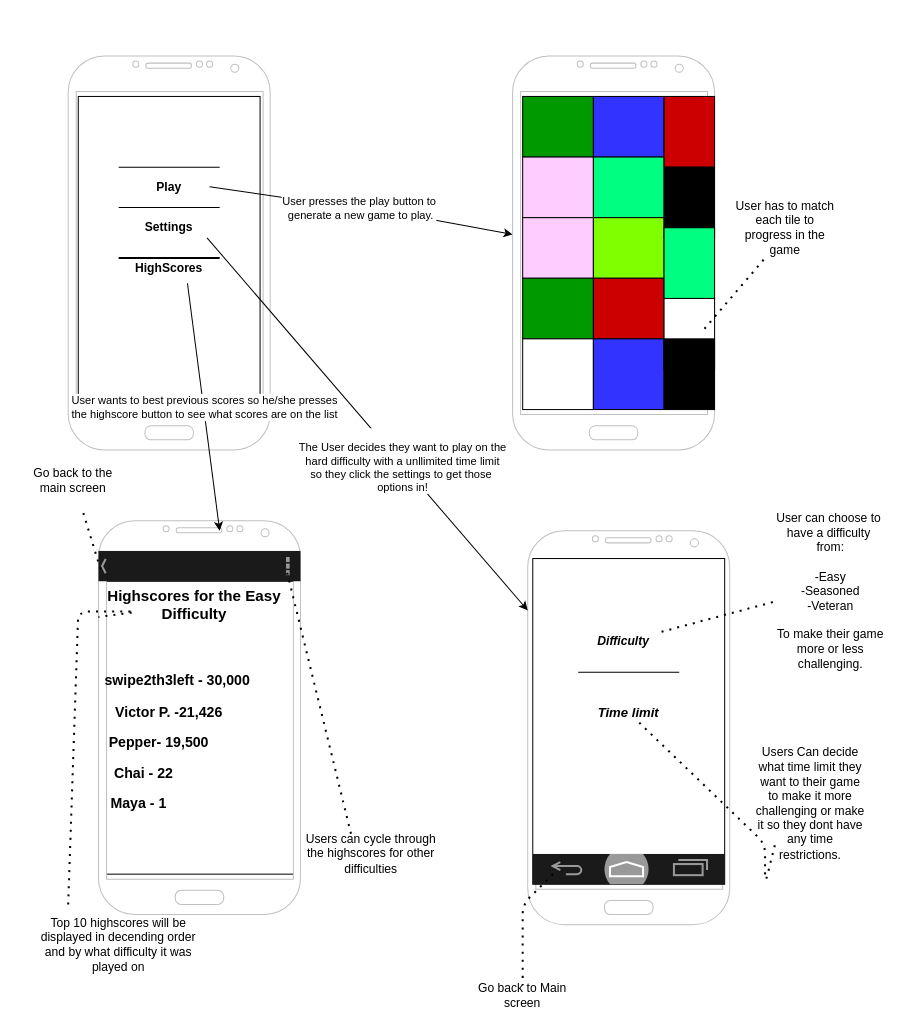
ddc-java-13/tile-galore keeps this draw.io diagram as docs/work/wireframe.drawio. Above is the earlier version. Source tidied: cells renumbered, new cells numbered last; positions are measured from the earlier drawing's top-left corner, leaving out a move shared by most shapes. Both pictures are drawn from the tidied source at 101%, with x=0, y=0 at pixel (17, 56).
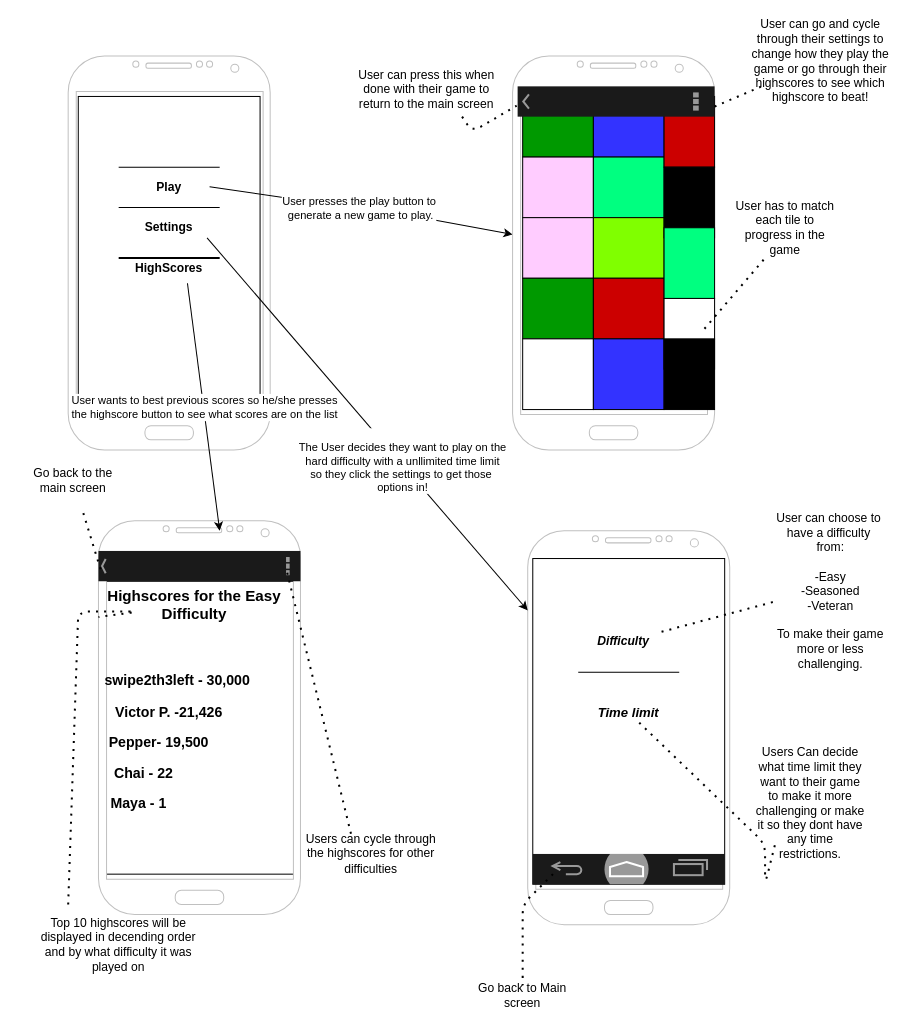
The same page after the edit.

Commit message (it also covers changes not shown here):
Made some improvements according to feedback!

Unchanged cells that the change refers to:
```xml
<mxCell id="14" style="verticalLabelPosition=bottom;verticalAlign=top;html=1;shadow=0;dashed=0;strokeWidth=1;shape=mxgraph.android.phone2;strokeColor=#c0c0c0;" parent="1" vertex="1">
  <mxGeometry x="490" width="200" height="390" as="geometry" />
</mxCell>
```

The edit, as a diff of the source:
```diff
@@
+    <mxCell id="65" style="strokeWidth=1;html=1;shadow=0;dashed=0;shape=mxgraph.android.action_bar;fillColor=#1A1A1A;strokeColor=#c0c0c0;strokeWidth=2;fontColor=#FFFFFF;" parent="1" vertex="1">
+      <mxGeometry x="495" y="30" width="195" height="30" as="geometry" />
+    </mxCell>
+    <mxCell id="66" style="endArrow=none;dashed=1;html=1;dashPattern=1 3;strokeWidth=2;entryX=0.02;entryY=0.126;entryDx=0;entryDy=0;entryPerimeter=0;" parent="1" edge="1" target="14">
+      <mxGeometry relative="1" as="geometry">
+        <mxPoint x="440" y="60" as="sourcePoint" />
+        <Array as="points">
+          <mxPoint x="450" y="75" />
+        </Array>
+      </mxGeometry>
+    </mxCell>
+    <mxCell id="67" value="User can press this when done with their game to return to the main screen" style="text;html=1;strokeColor=none;fillColor=none;align=center;verticalAlign=middle;whiteSpace=wrap;rounded=0;" parent="1" vertex="1">
+      <mxGeometry x="330" y="10" width="150" height="45" as="geometry" />
+    </mxCell>
+    <mxCell id="68" style="endArrow=none;dashed=1;html=1;dashPattern=1 3;strokeWidth=2;" parent="1" edge="1" target="69">
+      <mxGeometry relative="1" as="geometry">
+        <mxPoint x="690" y="50" as="sourcePoint" />
+      </mxGeometry>
+    </mxCell>
+    <mxCell id="69" value="User can go and cycle through their settings to change how they play the game or go through their highscores to see which highscore to beat!" style="text;html=1;strokeColor=none;fillColor=none;align=center;verticalAlign=middle;whiteSpace=wrap;rounded=0;" parent="1" vertex="1">
+      <mxGeometry x="720" y="-20" width="150" height="50" as="geometry" />
+    </mxCell>
```
